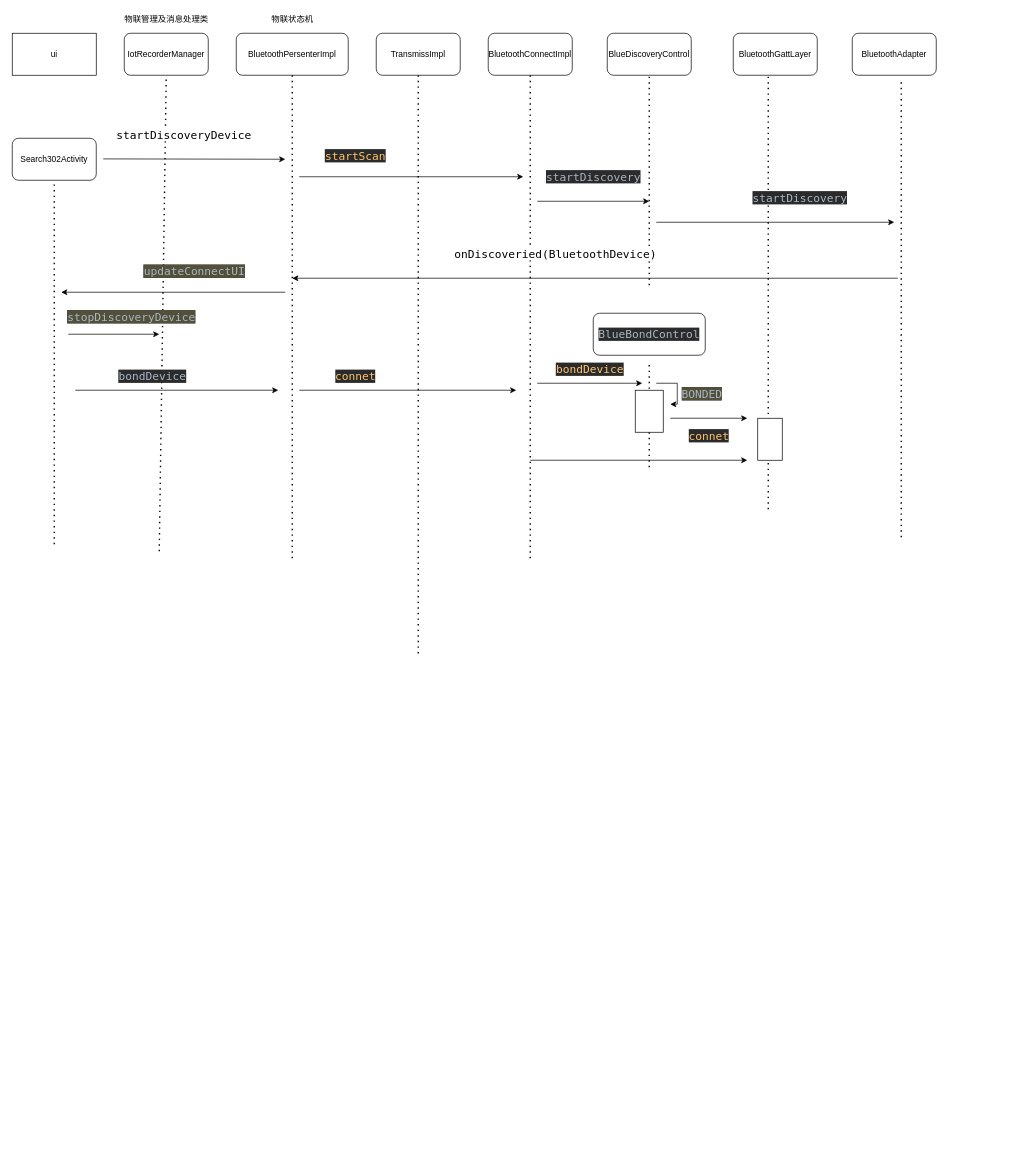
Earlier version of the draw.io diagram SR302,101S物联模块.drawio (luomingstar/test). Source tidied: cells renumbered, new cells numbered last; positions are measured from the earlier drawing's top-left corner, leaving out a move shared by most shapes. Both pictures are drawn from the tidied source at 70%, with x=0, y=0 at pixel (12, 12).
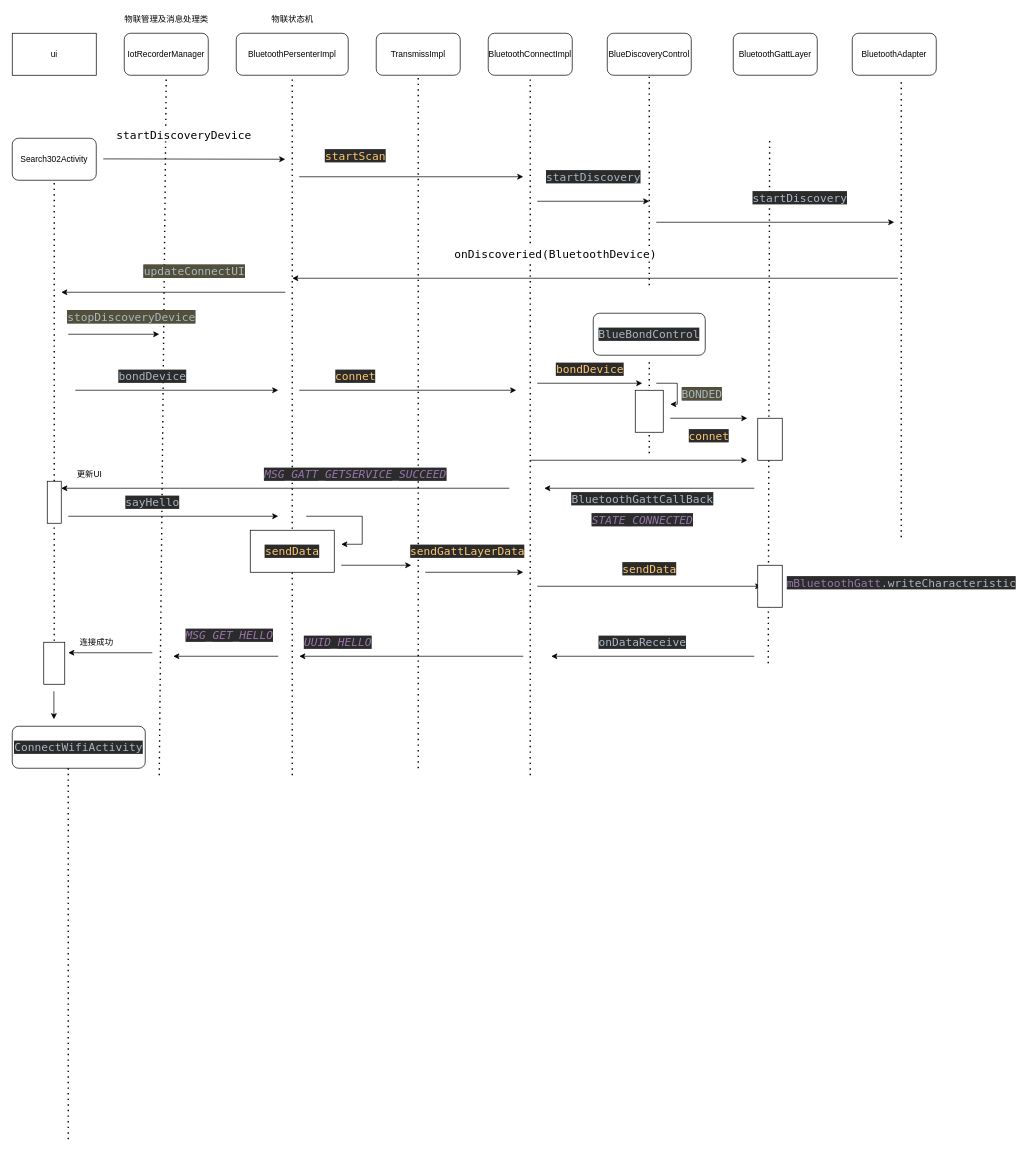
Above is the later version.

Commit message:
更新SR302,101S物联模块.drawio

Change to the diagram source:
```diff
@@
     <mxCell id="10" style="endArrow=none;dashed=1;html=1;dashPattern=1 3;strokeWidth=2;rounded=0;" parent="1" edge="1">
       <mxGeometry relative="1" as="geometry">
-        <mxPoint x="210" y="770" as="sourcePoint" />
+        <mxPoint x="210" y="1090" as="sourcePoint" />
         <mxPoint x="220" y="90" as="targetPoint" />
       </mxGeometry>
     </mxCell>
     <mxCell id="11" style="endArrow=none;dashed=1;html=1;dashPattern=1 3;strokeWidth=2;rounded=0;" parent="1" edge="1">
       <mxGeometry relative="1" as="geometry">
-        <mxPoint x="400" y="780" as="sourcePoint" />
+        <mxPoint x="400" y="1090" as="sourcePoint" />
         <mxPoint x="400" y="90" as="targetPoint" />
       </mxGeometry>
     </mxCell>
     <mxCell id="12" style="endArrow=none;dashed=1;html=1;dashPattern=1 3;strokeWidth=2;rounded=0;" parent="1" edge="1">
       <mxGeometry relative="1" as="geometry">
-        <mxPoint x="580" y="916" as="sourcePoint" />
+        <mxPoint x="580" y="1080" as="sourcePoint" />
         <mxPoint x="580" y="90" as="targetPoint" />
       </mxGeometry>
     </mxCell>
     <mxCell id="13" style="endArrow=none;dashed=1;html=1;dashPattern=1 3;strokeWidth=2;rounded=0;" parent="1" edge="1">
       <mxGeometry relative="1" as="geometry">
-        <mxPoint x="740" y="780" as="sourcePoint" />
+        <mxPoint x="740" y="1090" as="sourcePoint" />
         <mxPoint x="740" y="90" as="targetPoint" />
       </mxGeometry>
     </mxCell>
@@
     <mxCell id="19" style="endArrow=none;dashed=1;html=1;dashPattern=1 3;strokeWidth=2;rounded=0;" parent="1" edge="1">
       <mxGeometry relative="1" as="geometry">
-        <mxPoint x="1080" y="710" as="sourcePoint" />
-        <mxPoint x="1080" y="90" as="targetPoint" />
+        <mxPoint x="1080" y="930" as="sourcePoint" />
+        <mxPoint x="1082" y="180" as="targetPoint" />
       </mxGeometry>
     </mxCell>
@@
-    <mxCell id="34" style="endArrow=none;dashed=1;html=1;dashPattern=1 3;strokeWidth=2;rounded=0;fontColor=#000000;" parent="1" edge="1">
+    <mxCell id="34" style="endArrow=none;dashed=1;html=1;dashPattern=1 3;strokeWidth=2;rounded=0;fontColor=#000000;startArrow=none;" parent="1" edge="1" source="56">
       <mxGeometry relative="1" as="geometry">
-        <mxPoint x="60" y="760" as="sourcePoint" />
         <mxPoint x="60" y="240" as="targetPoint" />
       </mxGeometry>
     </mxCell>
@@
     <mxCell id="42" style="endArrow=none;dashed=1;html=1;dashPattern=1 3;strokeWidth=2;rounded=0;fontColor=#000000;" parent="1" edge="1">
       <mxGeometry relative="1" as="geometry">
-        <mxPoint x="910" y="650" as="sourcePoint" />
+        <mxPoint x="910" y="630" as="sourcePoint" />
         <mxPoint x="910" y="500" as="targetPoint" />
       </mxGeometry>
     </mxCell>
@@
+    <mxCell id="50" style="endArrow=classic;html=1;rounded=0;fontColor=#000000;" parent="1" edge="1">
+      <mxGeometry relative="1" as="geometry">
+        <mxPoint x="710" y="680" as="sourcePoint" />
+        <mxPoint x="70" y="680" as="targetPoint" />
+      </mxGeometry>
+    </mxCell>
+    <mxCell id="51" value="更新UI" style="text;html=1;align=center;verticalAlign=middle;strokeColor=none;fillColor=none;fontColor=#000000;" parent="1" vertex="1">
+      <mxGeometry x="85" y="650" width="50" height="20" as="geometry" />
+    </mxCell>
+    <mxCell id="52" value="&lt;pre style=&quot;background-color: #2b2b2b ; color: #a9b7c6 ; font-family: &amp;#34;dejavu sans mono&amp;#34; , monospace ; font-size: 12.0pt&quot;&gt;&lt;span style=&quot;color: #9876aa ; font-style: italic&quot;&gt;MSG_GATT_GETSERVICE_SUCCEED&lt;/span&gt;&lt;/pre&gt;" style="text;html=1;align=center;verticalAlign=middle;strokeColor=none;fillColor=none;fontColor=#000000;" parent="1" vertex="1">
+      <mxGeometry x="350" y="635" width="280" height="50" as="geometry" />
+    </mxCell>
+    <mxCell id="53" style="endArrow=classic;html=1;rounded=0;fontColor=#000000;" parent="1" edge="1">
+      <mxGeometry relative="1" as="geometry">
+        <mxPoint x="1060" y="680" as="sourcePoint" />
+        <mxPoint x="760" y="680" as="targetPoint" />
+      </mxGeometry>
+    </mxCell>
+    <mxCell id="54" value="&lt;pre style=&quot;background-color: #2b2b2b ; color: #a9b7c6 ; font-family: &amp;#34;dejavu sans mono&amp;#34; , monospace ; font-size: 12.0pt&quot;&gt;&lt;span style=&quot;color: #9876aa ; font-style: italic&quot;&gt;STATE_CONNECTED&lt;/span&gt;&lt;/pre&gt;" style="text;html=1;align=center;verticalAlign=middle;strokeColor=none;fillColor=none;fontColor=#000000;" parent="1" vertex="1">
+      <mxGeometry x="820" y="700" width="160" height="50" as="geometry" />
+    </mxCell>
+    <mxCell id="55" value="&lt;pre style=&quot;background-color: #2b2b2b ; color: #a9b7c6 ; font-family: &amp;#34;dejavu sans mono&amp;#34; , monospace ; font-size: 12.0pt&quot;&gt;BluetoothGattCallBack&lt;/pre&gt;" style="text;html=1;align=center;verticalAlign=middle;strokeColor=none;fillColor=none;fontColor=#000000;" parent="1" vertex="1">
+      <mxGeometry x="790" y="670" width="220" height="50" as="geometry" />
+    </mxCell>
+    <mxCell id="56" style="rounded=0;whiteSpace=wrap;html=1;labelBackgroundColor=#FFFFFF;fontColor=#000000;" parent="1" vertex="1">
+      <mxGeometry x="50" y="670" width="20" height="60" as="geometry" />
+    </mxCell>
+    <mxCell id="57" style="endArrow=none;dashed=1;html=1;dashPattern=1 3;strokeWidth=2;rounded=0;fontColor=#000000;" parent="1" edge="1" target="56">
+      <mxGeometry relative="1" as="geometry">
+        <mxPoint x="60" y="930" as="sourcePoint" />
+      </mxGeometry>
+    </mxCell>
+    <mxCell id="58" style="endArrow=classic;html=1;rounded=0;fontColor=#000000;" parent="1" edge="1">
+      <mxGeometry relative="1" as="geometry">
+        <mxPoint x="80" y="720" as="sourcePoint" />
+        <mxPoint x="380" y="720" as="targetPoint" />
+      </mxGeometry>
+    </mxCell>
+    <mxCell id="59" value="&lt;pre style=&quot;background-color: #2b2b2b ; color: #a9b7c6 ; font-family: &amp;#34;dejavu sans mono&amp;#34; , monospace ; font-size: 12.0pt&quot;&gt;sayHello&lt;/pre&gt;" style="text;html=1;align=center;verticalAlign=middle;strokeColor=none;fillColor=none;fontColor=#000000;" parent="1" vertex="1">
+      <mxGeometry x="155" y="675" width="90" height="50" as="geometry" />
+    </mxCell>
+    <mxCell id="60" value="&lt;pre style=&quot;background-color: #2b2b2b ; color: #a9b7c6 ; font-family: &amp;#34;dejavu sans mono&amp;#34; , monospace ; font-size: 12.0pt&quot;&gt;&lt;span style=&quot;color: #ffc66d&quot;&gt;sendData&lt;/span&gt;&lt;/pre&gt;" style="rounded=0;whiteSpace=wrap;html=1;labelBackgroundColor=#FFFFFF;fontColor=#000000;" parent="1" vertex="1">
+      <mxGeometry x="340" y="740" width="120" height="60" as="geometry" />
+    </mxCell>
+    <mxCell id="61" style="endArrow=classic;html=1;rounded=0;fontColor=#000000;" parent="1" edge="1">
+      <mxGeometry relative="1" as="geometry">
+        <mxPoint x="420" y="720" as="sourcePoint" />
+        <mxPoint x="470" y="760" as="targetPoint" />
+        <Array as="points">
+          <mxPoint x="500" y="720" />
+          <mxPoint x="500" y="760" />
+        </Array>
+      </mxGeometry>
+    </mxCell>
+    <mxCell id="62" style="endArrow=classic;html=1;rounded=0;fontColor=#000000;" parent="1" edge="1">
+      <mxGeometry relative="1" as="geometry">
+        <mxPoint x="470" y="790" as="sourcePoint" />
+        <mxPoint x="570" y="790" as="targetPoint" />
+      </mxGeometry>
+    </mxCell>
+    <mxCell id="63" style="endArrow=classic;html=1;rounded=0;fontColor=#000000;" parent="1" edge="1">
+      <mxGeometry relative="1" as="geometry">
+        <mxPoint x="590" y="800" as="sourcePoint" />
+        <mxPoint x="730" y="800" as="targetPoint" />
+      </mxGeometry>
+    </mxCell>
+    <mxCell id="64" value="&lt;pre style=&quot;background-color: #2b2b2b ; color: #a9b7c6 ; font-family: &amp;#34;dejavu sans mono&amp;#34; , monospace ; font-size: 12.0pt&quot;&gt;&lt;span style=&quot;color: #ffc66d&quot;&gt;sendGattLayerData&lt;/span&gt;&lt;/pre&gt;" style="text;html=1;align=center;verticalAlign=middle;strokeColor=none;fillColor=none;fontColor=#000000;" parent="1" vertex="1">
+      <mxGeometry x="560" y="745" width="180" height="50" as="geometry" />
+    </mxCell>
+    <mxCell id="65" style="endArrow=classic;html=1;rounded=0;fontColor=#000000;" parent="1" edge="1">
+      <mxGeometry relative="1" as="geometry">
+        <mxPoint x="750" y="820" as="sourcePoint" />
+        <mxPoint x="1070" y="820" as="targetPoint" />
+      </mxGeometry>
+    </mxCell>
+    <mxCell id="66" value="&lt;pre style=&quot;background-color: #2b2b2b ; color: #a9b7c6 ; font-family: &amp;#34;dejavu sans mono&amp;#34; , monospace ; font-size: 12.0pt&quot;&gt;&lt;span style=&quot;color: #ffc66d&quot;&gt;sendData&lt;/span&gt;&lt;/pre&gt;" style="text;html=1;align=center;verticalAlign=middle;strokeColor=none;fillColor=none;fontColor=#000000;" parent="1" vertex="1">
+      <mxGeometry x="865" y="770" width="90" height="50" as="geometry" />
+    </mxCell>
+    <mxCell id="67" style="rounded=0;whiteSpace=wrap;html=1;labelBackgroundColor=#FFFFFF;fontColor=#000000;" parent="1" vertex="1">
+      <mxGeometry x="1065" y="790" width="35" height="60" as="geometry" />
+    </mxCell>
+    <mxCell id="68" value="&lt;pre style=&quot;background-color: #2b2b2b ; color: #a9b7c6 ; font-family: &amp;#34;dejavu sans mono&amp;#34; , monospace ; font-size: 12.0pt&quot;&gt;&lt;span style=&quot;color: #9876aa&quot;&gt;mBluetoothGatt&lt;/span&gt;.writeCharacteristic&lt;/pre&gt;" style="text;html=1;align=center;verticalAlign=middle;strokeColor=none;fillColor=none;fontColor=#000000;" parent="1" vertex="1">
+      <mxGeometry x="1100" y="790" width="340" height="50" as="geometry" />
+    </mxCell>
+    <mxCell id="69" style="endArrow=classic;html=1;rounded=0;fontColor=#000000;" parent="1" edge="1">
+      <mxGeometry relative="1" as="geometry">
+        <mxPoint x="1060" y="920" as="sourcePoint" />
+        <mxPoint x="770" y="920" as="targetPoint" />
+      </mxGeometry>
+    </mxCell>
+    <mxCell id="70" value="&lt;pre style=&quot;background-color: #2b2b2b ; color: #a9b7c6 ; font-family: &amp;#34;dejavu sans mono&amp;#34; , monospace ; font-size: 12.0pt&quot;&gt;onDataReceive&lt;/pre&gt;" style="text;html=1;align=center;verticalAlign=middle;strokeColor=none;fillColor=none;fontColor=#000000;" parent="1" vertex="1">
+      <mxGeometry x="830" y="875" width="140" height="50" as="geometry" />
+    </mxCell>
+    <mxCell id="71" style="endArrow=classic;html=1;rounded=0;fontColor=#000000;" parent="1" edge="1">
+      <mxGeometry relative="1" as="geometry">
+        <mxPoint x="730" y="920" as="sourcePoint" />
+        <mxPoint x="410" y="920" as="targetPoint" />
+      </mxGeometry>
+    </mxCell>
+    <mxCell id="72" value="&lt;pre style=&quot;background-color: #2b2b2b ; color: #a9b7c6 ; font-family: &amp;#34;dejavu sans mono&amp;#34; , monospace ; font-size: 12.0pt&quot;&gt;&lt;span style=&quot;color: #9876aa ; font-style: italic&quot;&gt;UUID_HELLO&lt;/span&gt;&lt;/pre&gt;" style="text;html=1;align=center;verticalAlign=middle;strokeColor=none;fillColor=none;fontColor=#000000;" parent="1" vertex="1">
+      <mxGeometry x="410" y="875" width="110" height="50" as="geometry" />
+    </mxCell>
+    <mxCell id="73" style="endArrow=classic;html=1;rounded=0;fontColor=#000000;" parent="1" edge="1">
+      <mxGeometry relative="1" as="geometry">
+        <mxPoint x="380" y="920" as="sourcePoint" />
+        <mxPoint x="230" y="920" as="targetPoint" />
+      </mxGeometry>
+    </mxCell>
+    <mxCell id="74" value="&lt;pre style=&quot;background-color: #2b2b2b ; color: #a9b7c6 ; font-family: &amp;#34;dejavu sans mono&amp;#34; , monospace ; font-size: 12.0pt&quot;&gt;&lt;span style=&quot;color: #9876aa ; font-style: italic&quot;&gt;MSG_GET_HELLO&lt;/span&gt;&lt;/pre&gt;" style="text;html=1;align=center;verticalAlign=middle;strokeColor=none;fillColor=none;fontColor=#000000;" parent="1" vertex="1">
+      <mxGeometry x="240" y="865" width="140" height="50" as="geometry" />
+    </mxCell>
+    <mxCell id="75" style="endArrow=classic;html=1;rounded=0;fontColor=#000000;" parent="1" edge="1">
+      <mxGeometry relative="1" as="geometry">
+        <mxPoint x="200" y="915" as="sourcePoint" />
+        <mxPoint x="80" y="915" as="targetPoint" />
+      </mxGeometry>
+    </mxCell>
+    <mxCell id="76" value="连接成功" style="text;html=1;align=center;verticalAlign=middle;strokeColor=none;fillColor=none;fontColor=#000000;" parent="1" vertex="1">
+      <mxGeometry x="90" y="890" width="60" height="20" as="geometry" />
+    </mxCell>
+    <mxCell id="77" style="rounded=0;whiteSpace=wrap;html=1;labelBackgroundColor=#FFFFFF;fontColor=#000000;" parent="1" vertex="1">
+      <mxGeometry x="45" y="900" width="30" height="60" as="geometry" />
+    </mxCell>
+    <mxCell id="78" style="endArrow=classic;html=1;rounded=0;fontColor=#000000;" parent="1" edge="1">
+      <mxGeometry relative="1" as="geometry">
+        <mxPoint x="59.5" y="970" as="sourcePoint" />
+        <mxPoint x="59.5" y="1010" as="targetPoint" />
+      </mxGeometry>
+    </mxCell>
+    <mxCell id="79" value="&lt;pre style=&quot;background-color: #2b2b2b ; color: #a9b7c6 ; font-family: &amp;#34;dejavu sans mono&amp;#34; , monospace ; font-size: 12.0pt&quot;&gt;ConnectWifiActivity&lt;/pre&gt;" style="rounded=1;whiteSpace=wrap;html=1;labelBackgroundColor=#FFFFFF;fontColor=#000000;" parent="1" vertex="1">
+      <mxGeometry y="1020" width="190" height="60" as="geometry" />
+    </mxCell>
+    <mxCell id="80" style="endArrow=none;dashed=1;html=1;dashPattern=1 3;strokeWidth=2;rounded=0;fontColor=#000000;" parent="1" edge="1">
+      <mxGeometry relative="1" as="geometry">
+        <mxPoint x="80" y="1610" as="sourcePoint" />
+        <mxPoint x="80" y="1080" as="targetPoint" />
+      </mxGeometry>
+    </mxCell>
```
